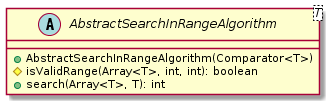
The PlantUML diagram malokhvii-eduard/malokhvii05/doc/plantuml/png/ua.khpi.oop.malokhvii05.common.algorithms.search.AbstractSearchInRangeAlgorithm.png in P-Kalin/kit26a, before a commit.
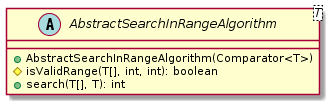
After the commit.

Diff of the diagram source:
```diff
@@ -2,8 +2,8 @@
 
     abstract class AbstractSearchInRangeAlgorithm<T> {
         +AbstractSearchInRangeAlgorithm(Comparator<T>)
-        #isValidRange(Array<T>, int, int): boolean
-        +search(Array<T>, T): int
+        #isValidRange(T[], int, int): boolean
+        +search(T[], T): int
     }
 
 @enduml
```
